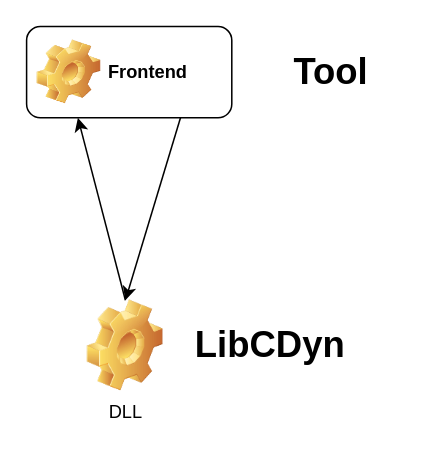
The draw.io diagram doc/ARCH.drawio in nekernel-org/necti, before the edit. Source tidied: cells renumbered, new cells numbered last; positions are measured from the earlier drawing's top-left corner, leaving out a move shared by most shapes. Both pictures are drawn from the tidied source at 152%, with x=0, y=0 at pixel (26, 26).
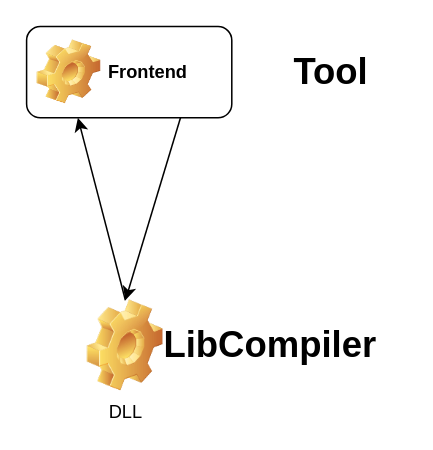
The same page after the edit.

Change to the diagram source:
```diff
@@
 <mxGraphModel>
   <root>
     <mxCell id="0" />
     <mxCell id="1" parent="0" />
     <mxCell id="2" style="edgeStyle=none;html=1;exitX=0.5;exitY=0;exitDx=0;exitDy=0;entryX=0.25;entryY=1;entryDx=0;entryDy=0;" parent="1" edge="1" source="3" target="5">
       <mxGeometry relative="1" as="geometry" />
     </mxCell>
     <mxCell id="3" value="DLL" style="shape=image;html=1;verticalLabelPosition=bottom;verticalAlign=top;imageAspect=0;image=img/clipart/Gear_128x128.png;" parent="1" vertex="1">
       <mxGeometry x="40" y="180" width="50" height="60" as="geometry" />
     </mxCell>
     <mxCell id="4" style="edgeStyle=none;html=1;exitX=0.75;exitY=1;exitDx=0;exitDy=0;entryX=0.5;entryY=0;entryDx=0;entryDy=0;" parent="1" edge="1" source="5" target="3">
       <mxGeometry relative="1" as="geometry" />
     </mxCell>
     <mxCell id="5" value="Frontend" style="label;whiteSpace=wrap;html=1;image=img/clipart/Gear_128x128.png;" parent="1" vertex="1">
       <mxGeometry width="135" height="60" as="geometry" />
     </mxCell>
-    <mxCell id="6" value="LibCDyn" style="text;strokeColor=none;fillColor=none;html=1;fontSize=24;fontStyle=1;verticalAlign=middle;align=center;" parent="1" vertex="1">
+    <mxCell id="6" value="LibCompiler" style="text;strokeColor=none;fillColor=none;html=1;fontSize=24;fontStyle=1;verticalAlign=middle;align=center;" parent="1" vertex="1">
       <mxGeometry x="110" y="190" width="100" height="40" as="geometry" />
     </mxCell>
     <mxCell id="7" value="Tool" style="text;strokeColor=none;fillColor=none;html=1;fontSize=24;fontStyle=1;verticalAlign=middle;align=center;" parent="1" vertex="1">
       <mxGeometry x="150" y="10" width="100" height="40" as="geometry" />
     </mxCell>
   </root>
 </mxGraphModel>
```
